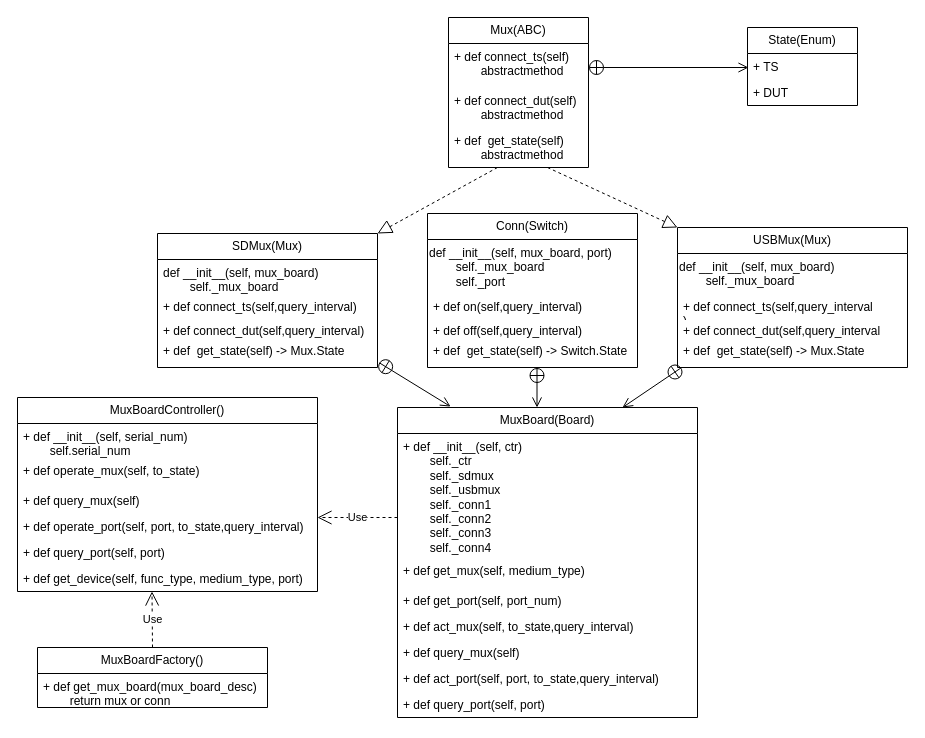
RuanZhen139/learngit keeps this draw.io diagram as 未命名绘图.drawio. Above is the earlier version. Source tidied: cells renumbered, new cells numbered last; positions are measured from the earlier drawing's top-left corner, leaving out a move shared by most shapes. Both pictures are drawn from the tidied source at 100%, with x=0, y=0 at pixel (17, 17).
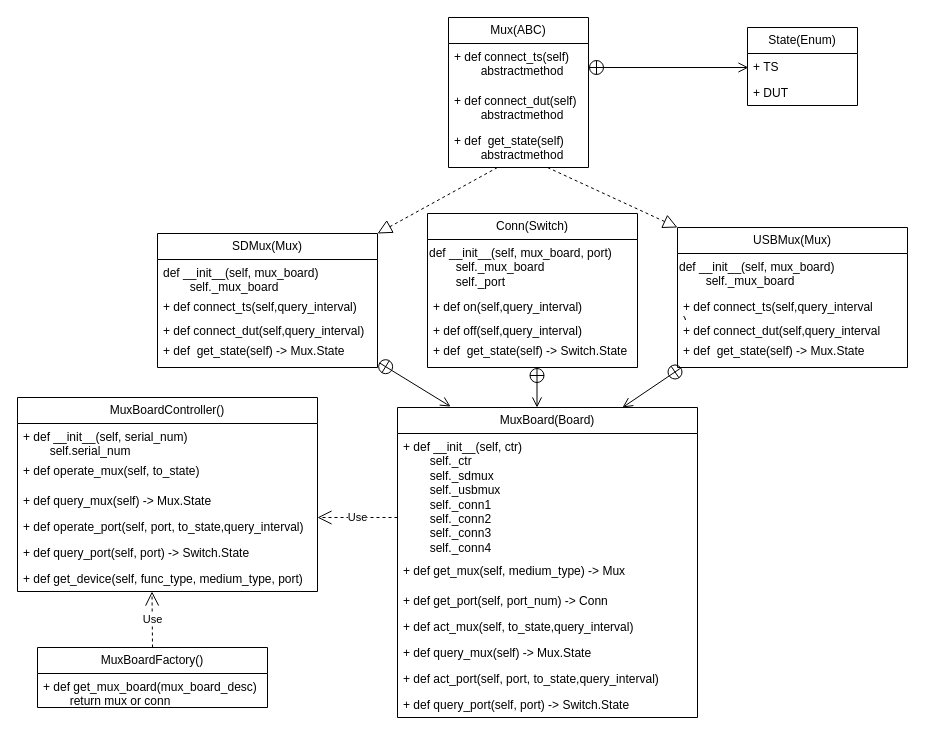
After the change.

Commit message:
更新未命名绘图.drawio

The change refers to these unchanged cells:
```xml
<mxCell id="22" value="MuxBoard(Board)" style="swimlane;fontStyle=0;horizontal=1;startSize=26;fillColor=none;whiteSpace=wrap;html=1;" parent="1" vertex="1">
  <mxGeometry x="380" y="390" width="300" height="310" as="geometry" />
</mxCell>
<mxCell id="39" value="MuxBoardController()" style="swimlane;fontStyle=0;horizontal=1;startSize=26;fillColor=none;whiteSpace=wrap;html=1;" parent="1" vertex="1">
  <mxGeometry y="380" width="300" height="194" as="geometry" />
</mxCell>
```

Change to the diagram source:
```diff
@@
-    <mxCell id="25" value="+ def get_mux(self, medium_type)" style="text;strokeColor=none;fillColor=none;align=left;verticalAlign=top;spacingLeft=4;spacingRight=4;overflow=hidden;whiteSpace=wrap;html=1;" parent="22" vertex="1">
+    <mxCell id="25" value="+ def get_mux(self, medium_type) -&amp;gt; Mux" style="text;strokeColor=none;fillColor=none;align=left;verticalAlign=top;spacingLeft=4;spacingRight=4;overflow=hidden;whiteSpace=wrap;html=1;" parent="22" vertex="1">
       <mxGeometry y="150" width="300" height="30" as="geometry" />
     </mxCell>
-    <mxCell id="26" value="+ def get_port(self, port_num)" style="text;strokeColor=none;fillColor=none;align=left;verticalAlign=top;spacingLeft=4;spacingRight=4;overflow=hidden;whiteSpace=wrap;html=1;" parent="22" vertex="1">
+    <mxCell id="26" value="+ def get_port(self, port_num) -&amp;gt; Conn" style="text;strokeColor=none;fillColor=none;align=left;verticalAlign=top;spacingLeft=4;spacingRight=4;overflow=hidden;whiteSpace=wrap;html=1;" parent="22" vertex="1">
       <mxGeometry y="180" width="300" height="26" as="geometry" />
     </mxCell>
@@
-    <mxCell id="28" value="+ def query_mux(self)&lt;br&gt;" style="text;strokeColor=none;fillColor=none;align=left;verticalAlign=top;spacingLeft=4;spacingRight=4;overflow=hidden;whiteSpace=wrap;html=1;" parent="22" vertex="1">
+    <mxCell id="28" value="+ def query_mux(self) -&amp;gt; Mux.State" style="text;strokeColor=none;fillColor=none;align=left;verticalAlign=top;spacingLeft=4;spacingRight=4;overflow=hidden;whiteSpace=wrap;html=1;" parent="22" vertex="1">
       <mxGeometry y="232" width="300" height="26" as="geometry" />
     </mxCell>
@@
-    <mxCell id="30" value="+ def query_port(self, port)" style="text;strokeColor=none;fillColor=none;align=left;verticalAlign=top;spacingLeft=4;spacingRight=4;overflow=hidden;whiteSpace=wrap;html=1;" parent="22" vertex="1">
+    <mxCell id="30" value="+ def query_port(self, port) -&amp;gt; Switch.State" style="text;strokeColor=none;fillColor=none;align=left;verticalAlign=top;spacingLeft=4;spacingRight=4;overflow=hidden;whiteSpace=wrap;html=1;" parent="22" vertex="1">
       <mxGeometry y="284" width="300" height="26" as="geometry" />
     </mxCell>
@@
-    <mxCell id="42" value="+ def&amp;nbsp;query_mux&lt;span style=&quot;background-color: initial;&quot;&gt;(self)&lt;/span&gt;" style="text;strokeColor=none;fillColor=none;align=left;verticalAlign=top;spacingLeft=4;spacingRight=4;overflow=hidden;whiteSpace=wrap;html=1;" parent="39" vertex="1">
+    <mxCell id="42" value="+ def&amp;nbsp;query_mux&lt;span style=&quot;background-color: initial;&quot;&gt;(self) -&amp;gt; Mux.State&lt;/span&gt;" style="text;strokeColor=none;fillColor=none;align=left;verticalAlign=top;spacingLeft=4;spacingRight=4;overflow=hidden;whiteSpace=wrap;html=1;" parent="39" vertex="1">
       <mxGeometry y="90" width="300" height="26" as="geometry" />
     </mxCell>
@@
-    <mxCell id="44" value="+ def query_port(self, port)" style="text;strokeColor=none;fillColor=none;align=left;verticalAlign=top;spacingLeft=4;spacingRight=4;overflow=hidden;whiteSpace=wrap;html=1;" parent="39" vertex="1">
+    <mxCell id="44" value="+ def query_port(self, port) -&amp;gt; Switch.State" style="text;strokeColor=none;fillColor=none;align=left;verticalAlign=top;spacingLeft=4;spacingRight=4;overflow=hidden;whiteSpace=wrap;html=1;" parent="39" vertex="1">
       <mxGeometry y="142" width="300" height="26" as="geometry" />
     </mxCell>
```
